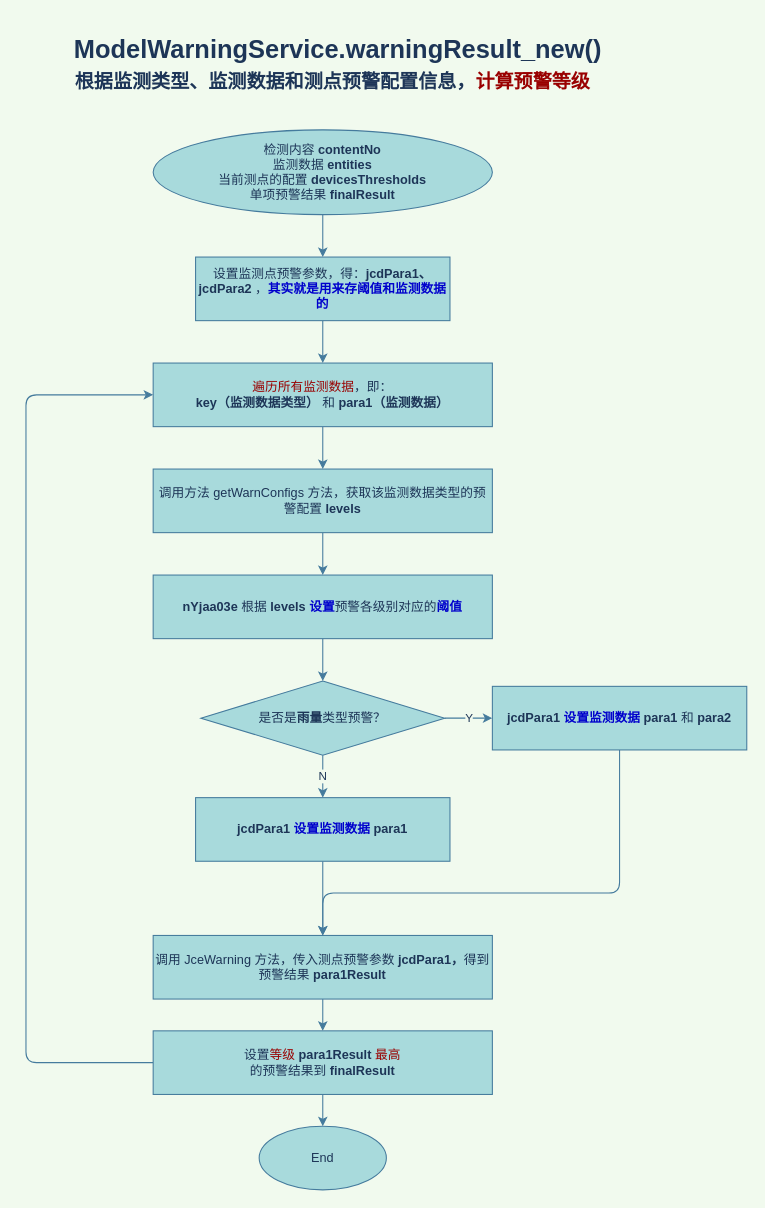
Before: page "计算警级（子1）" (8 of 11) of 流程图/理解预警代码1.drawio in Axiao89757/notes, a draw.io diagram. Source tidied: cells renumbered, new cells numbered last; positions are measured from the earlier drawing's top-left corner, leaving out a move shared by most shapes. Both pictures are drawn from the tidied source at 106%, with x=0, y=0 at pixel (25, 23).
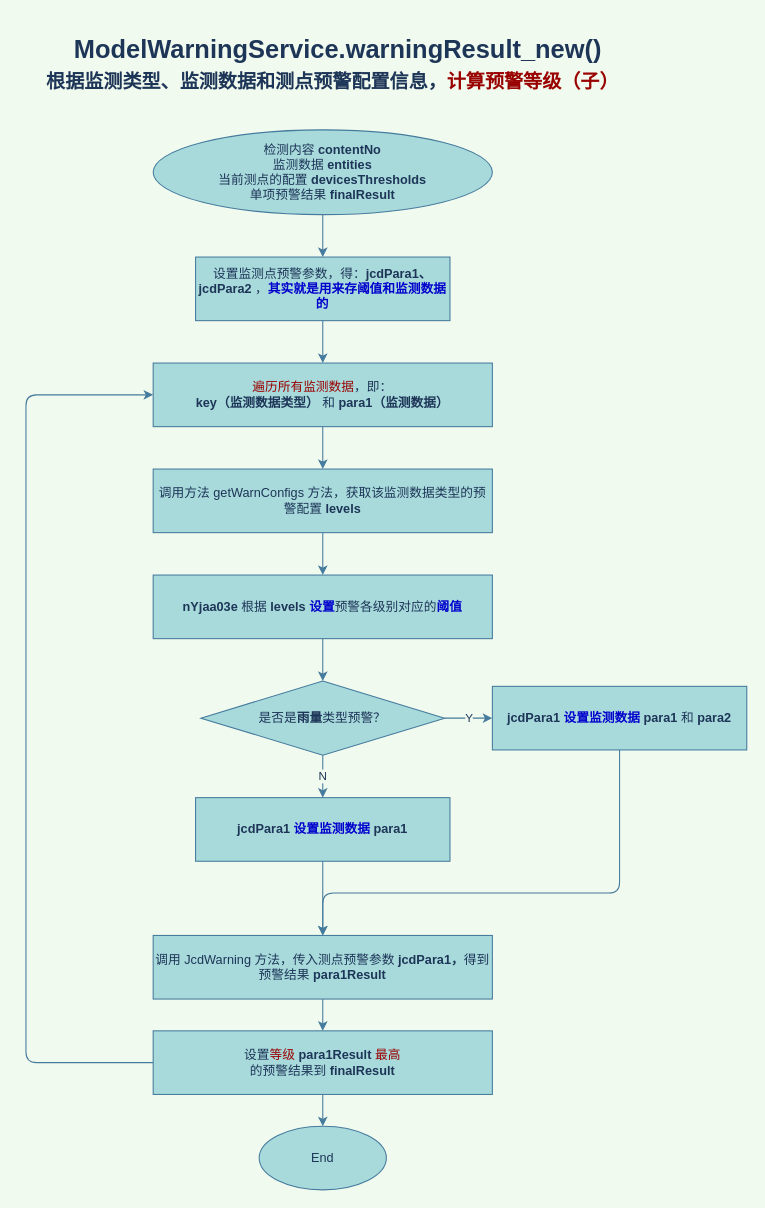
The same page after the edit.

What changed in the source:
```diff
@@
-    <mxCell id="13" value="调用 JceWarning 方法，传入测点预警参数 &lt;b&gt;jcdPara1，&lt;/b&gt;得到预警结果 &lt;b&gt;para1Result&lt;/b&gt;" style="whiteSpace=wrap;html=1;rounded=0;fontColor=#1D3557;strokeColor=#457B9D;fillColor=#A8DADC;sketch=0;" parent="1" vertex="1">
+    <mxCell id="13" value="调用 JcdWarning 方法，传入测点预警参数 &lt;b&gt;jcdPara1，&lt;/b&gt;得到预警结果 &lt;b&gt;para1Result&lt;/b&gt;" style="whiteSpace=wrap;html=1;rounded=0;fontColor=#1D3557;strokeColor=#457B9D;fillColor=#A8DADC;sketch=0;" parent="1" vertex="1">
       <mxGeometry x="120" y="860" width="320" height="60" as="geometry" />
     </mxCell>
@@
-    <mxCell id="25" value="&lt;h2&gt;根据监测类型、监测数据和测点预警配置信息，&lt;font color=&quot;#990000&quot;&gt;计算预警等级&lt;/font&gt;&lt;/h2&gt;" style="text;html=1;align=center;verticalAlign=middle;fillColor=none;strokeColor=none;rounded=0;sketch=0;fontColor=#1D3557;" parent="1" vertex="1">
-      <mxGeometry x="39" y="30" width="500" height="50" as="geometry" />
+    <mxCell id="25" value="&lt;h2&gt;根据监测类型、监测数据和测点预警配置信息，&lt;font color=&quot;#990000&quot;&gt;计算预警等级（子）&lt;/font&gt;&lt;/h2&gt;" style="text;html=1;align=center;verticalAlign=middle;fillColor=none;strokeColor=none;rounded=0;sketch=0;fontColor=#1D3557;" parent="1" vertex="1">
+      <mxGeometry x="9" y="30" width="560" height="50" as="geometry" />
     </mxCell>
```
